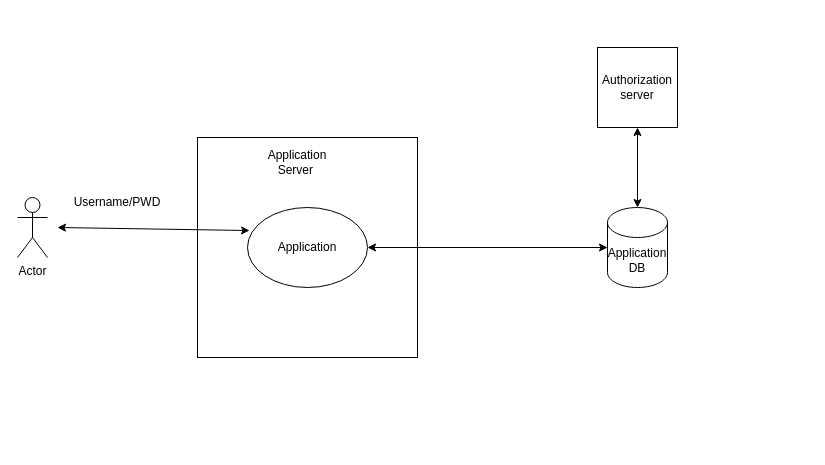
anshuldevmehta/RandomDiagrams keeps this draw.io diagram as JWT.drawio. Above is the earlier version. Source tidied: cells renumbered, new cells numbered last; positions are measured from the earlier drawing's top-left corner, leaving out a move shared by most shapes. Both pictures are drawn from the tidied source at 100%, with x=0, y=0 at pixel (17, 47).
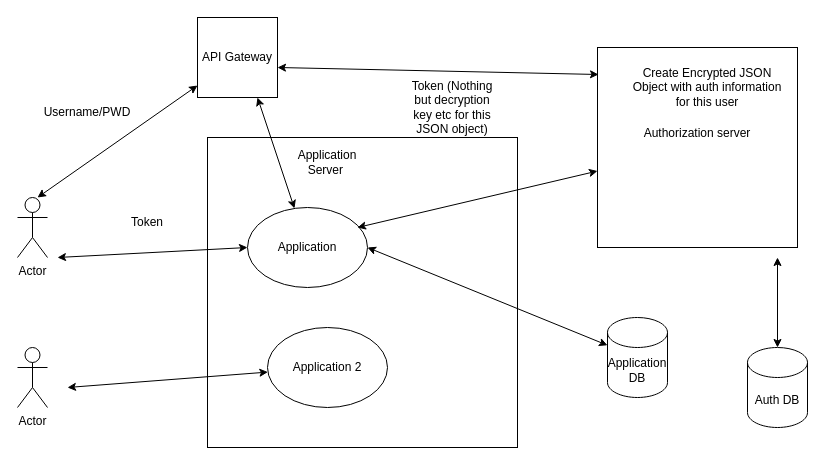
Above is the later version.

The change refers to these unchanged cells:
```xml
<mxCell id="4" value="Application" style="ellipse;whiteSpace=wrap;html=1;" parent="1" vertex="1">
  <mxGeometry x="230" y="160" width="120" height="80" as="geometry" />
</mxCell>
```

Diff of the diagram source:
```diff
@@
-    <mxCell id="2" value="Authorization server" style="whiteSpace=wrap;html=1;" parent="1" vertex="1">
-      <mxGeometry x="580" width="80" height="80" as="geometry" />
+    <mxCell id="2" value="&lt;div&gt;Authorization server&lt;/div&gt;&lt;div&gt;&lt;br&gt;&lt;/div&gt;&lt;div&gt;&lt;br&gt;&lt;/div&gt;" style="whiteSpace=wrap;html=1;" parent="1" vertex="1">
+      <mxGeometry x="580" width="200" height="200" as="geometry" />
     </mxCell>
     <mxCell id="3" style="whiteSpace=wrap;html=1;" parent="1" vertex="1">
-      <mxGeometry x="180" y="90" width="220" height="220" as="geometry" />
+      <mxGeometry x="190" y="90" width="310" height="310" as="geometry" />
     </mxCell>
@@
     <mxCell id="5" value="Application DB" style="shape=cylinder3;whiteSpace=wrap;html=1;boundedLbl=1;backgroundOutline=1;size=15;" parent="1" vertex="1">
-      <mxGeometry x="590" y="160" width="60" height="80" as="geometry" />
+      <mxGeometry x="590" y="270" width="60" height="80" as="geometry" />
     </mxCell>
@@
     <mxCell id="7" value="Application Server&lt;span style=&quot;white-space: pre;&quot;&gt; &lt;/span&gt;" style="text;html=1;strokeColor=none;fillColor=none;align=center;verticalAlign=middle;whiteSpace=wrap;rounded=0;" parent="1" vertex="1">
-      <mxGeometry x="250" y="100" width="60" height="30" as="geometry" />
+      <mxGeometry x="280" y="100" width="60" height="30" as="geometry" />
     </mxCell>
-    <mxCell id="8" style="endArrow=classic;startArrow=classic;html=1;rounded=0;exitX=0.5;exitY=0;exitDx=0;exitDy=0;exitPerimeter=0;" parent="1" edge="1" source="5">
-      <mxGeometry relative="1" as="geometry">
-        <mxPoint x="620" y="80" as="targetPoint" />
-      </mxGeometry>
-    </mxCell>
@@
-    <mxCell id="10" style="endArrow=classic;startArrow=classic;html=1;rounded=0;entryX=0.017;entryY=0.288;entryDx=0;entryDy=0;entryPerimeter=0;" parent="1" edge="1" target="4">
-      <mxGeometry relative="1" as="geometry">
-        <mxPoint x="40" y="180" as="sourcePoint" />
-      </mxGeometry>
-    </mxCell>
     <mxCell id="11" value="Username/PWD" style="text;html=1;strokeColor=none;fillColor=none;align=center;verticalAlign=middle;whiteSpace=wrap;rounded=0;" parent="1" vertex="1">
-      <mxGeometry x="50" y="140" width="100" height="30" as="geometry" />
+      <mxGeometry x="20" y="50" width="100" height="30" as="geometry" />
     </mxCell>
+    <mxCell id="12" value="Token (Nothing but decryption key etc for this JSON object)" style="text;html=1;strokeColor=none;fillColor=none;align=center;verticalAlign=middle;whiteSpace=wrap;rounded=0;" parent="1" vertex="1">
+      <mxGeometry x="390" y="40" width="90" height="40" as="geometry" />
+    </mxCell>
+    <mxCell id="13" value="Auth DB" style="shape=cylinder3;whiteSpace=wrap;html=1;boundedLbl=1;backgroundOutline=1;size=15;" parent="1" vertex="1">
+      <mxGeometry x="730" y="300" width="60" height="80" as="geometry" />
+    </mxCell>
+    <mxCell id="14" style="endArrow=classic;startArrow=classic;html=1;rounded=0;entryX=0.5;entryY=0;entryDx=0;entryDy=0;entryPerimeter=0;" parent="1" edge="1" target="13">
+      <mxGeometry relative="1" as="geometry">
+        <mxPoint x="760" y="210" as="sourcePoint" />
+      </mxGeometry>
+    </mxCell>
+    <mxCell id="15" value="Create Encrypted JSON Object with auth information for this user" style="text;html=1;strokeColor=none;fillColor=none;align=center;verticalAlign=middle;whiteSpace=wrap;rounded=0;" parent="1" vertex="1">
+      <mxGeometry x="610" y="10" width="160" height="60" as="geometry" />
+    </mxCell>
+    <mxCell id="16" value="Application 2" style="ellipse;whiteSpace=wrap;html=1;" parent="1" vertex="1">
+      <mxGeometry x="250" y="280" width="120" height="80" as="geometry" />
+    </mxCell>
+    <mxCell id="17" value="Actor" style="shape=umlActor;verticalLabelPosition=bottom;verticalAlign=top;html=1;" parent="1" vertex="1">
+      <mxGeometry y="300" width="30" height="60" as="geometry" />
+    </mxCell>
+    <mxCell id="18" style="endArrow=classic;startArrow=classic;html=1;rounded=0;" parent="1" edge="1" target="16">
+      <mxGeometry relative="1" as="geometry">
+        <mxPoint x="50" y="340" as="sourcePoint" />
+      </mxGeometry>
+    </mxCell>
+    <mxCell id="19" value="API Gateway" style="whiteSpace=wrap;html=1;" parent="1" vertex="1">
+      <mxGeometry x="180" y="-30" width="80" height="80" as="geometry" />
+    </mxCell>
+    <mxCell id="20" style="endArrow=classic;startArrow=classic;html=1;rounded=0;entryX=0.005;entryY=0.135;entryDx=0;entryDy=0;entryPerimeter=0;" parent="1" edge="1" target="2">
+      <mxGeometry relative="1" as="geometry">
+        <mxPoint x="260" y="20" as="sourcePoint" />
+      </mxGeometry>
+    </mxCell>
+    <mxCell id="21" style="endArrow=classic;startArrow=classic;html=1;rounded=0;" parent="1" edge="1" target="19">
+      <mxGeometry relative="1" as="geometry">
+        <mxPoint x="20" y="150" as="sourcePoint" />
+      </mxGeometry>
+    </mxCell>
+    <mxCell id="22" value="Token" style="text;html=1;strokeColor=none;fillColor=none;align=center;verticalAlign=middle;whiteSpace=wrap;rounded=0;" parent="1" vertex="1">
+      <mxGeometry x="100" y="160" width="60" height="30" as="geometry" />
+    </mxCell>
+    <mxCell id="23" style="endArrow=classic;startArrow=classic;html=1;rounded=0;" parent="1" edge="1" source="4">
+      <mxGeometry relative="1" as="geometry">
+        <mxPoint x="240" y="50" as="targetPoint" />
+      </mxGeometry>
+    </mxCell>
+    <mxCell id="24" style="endArrow=classic;startArrow=classic;html=1;rounded=0;" parent="1" edge="1" target="2">
+      <mxGeometry relative="1" as="geometry">
+        <mxPoint x="340" y="180" as="sourcePoint" />
+      </mxGeometry>
+    </mxCell>
+    <mxCell id="25" style="endArrow=classic;startArrow=classic;html=1;rounded=0;entryX=0;entryY=0.5;entryDx=0;entryDy=0;" parent="1" edge="1" target="4">
+      <mxGeometry relative="1" as="geometry">
+        <mxPoint x="40" y="210" as="sourcePoint" />
+      </mxGeometry>
+    </mxCell>
```
